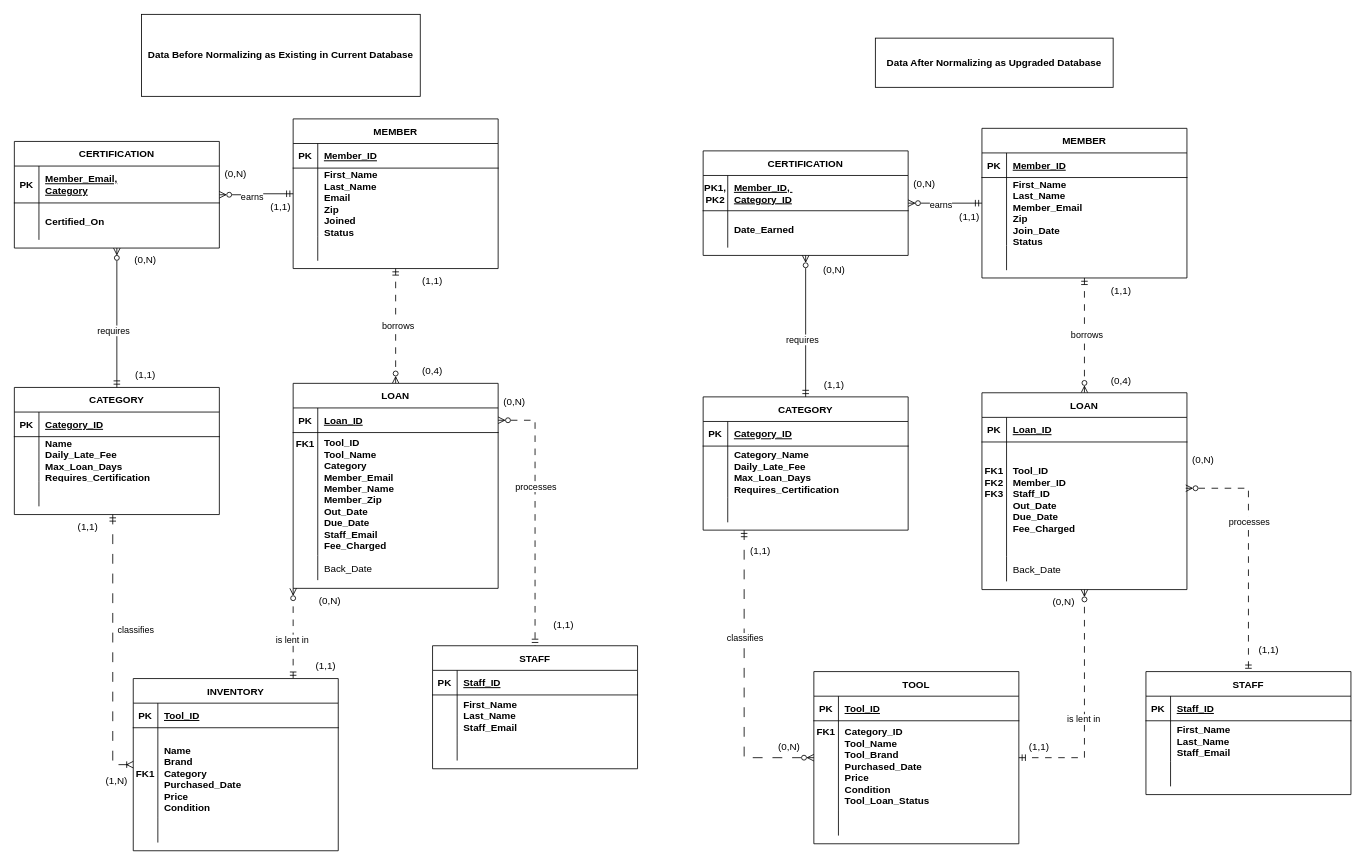
Earlier version of the draw.io diagram er_diagram.drawio (VersatileVariable/DatabaseManagementSystemsProject). Source tidied: cells renumbered, new cells numbered last; positions are measured from the earlier drawing's top-left corner, leaving out a move shared by most shapes. Both pictures are drawn from the tidied source at 82%, with x=0, y=0 at pixel (14, 14).
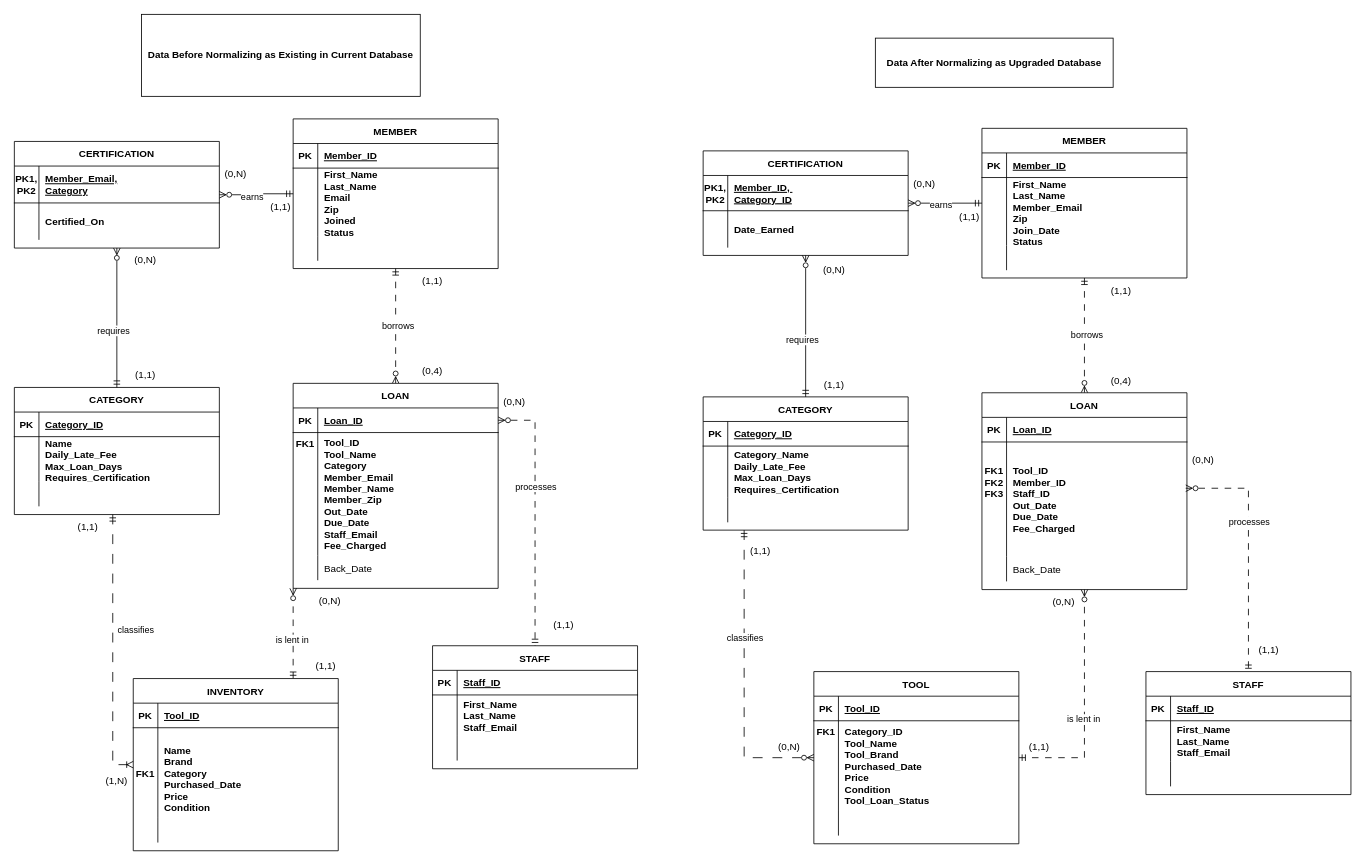
Above is the later version.

Unchanged cells that the change refers to:
```xml
<mxCell id="29" style="shape=partialRectangle;fillColor=none;top=0;left=0;right=0;bottom=1;" parent="28" vertex="1">
  <mxGeometry y="30" width="250" height="45" as="geometry" />
</mxCell>
```

Diff of the diagram source:
```diff
@@
-    <mxCell id="30" value="PK" style="shape=partialRectangle;overflow=hidden;fillColor=none;top=0;left=0;bottom=0;right=0;fontStyle=1;" parent="29" vertex="1">
+    <mxCell id="30" value="PK1,&#10;PK2" style="shape=partialRectangle;overflow=hidden;fillColor=none;top=0;left=0;bottom=0;right=0;fontStyle=1;" parent="29" vertex="1">
       <mxGeometry width="30" height="45" as="geometry" />
     </mxCell>
```
